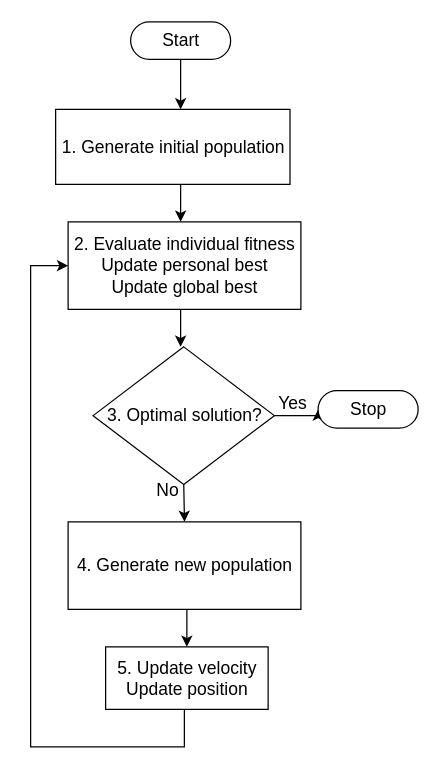
Before: bio-inspired-pso_flowchart.drawio in cascoatle/fj_project, a draw.io diagram. Source tidied: cells renumbered, new cells numbered last; positions are measured from the earlier drawing's top-left corner, leaving out a move shared by most shapes. Both pictures are drawn from the tidied source at 125%, with x=0, y=0 at pixel (30, 21).
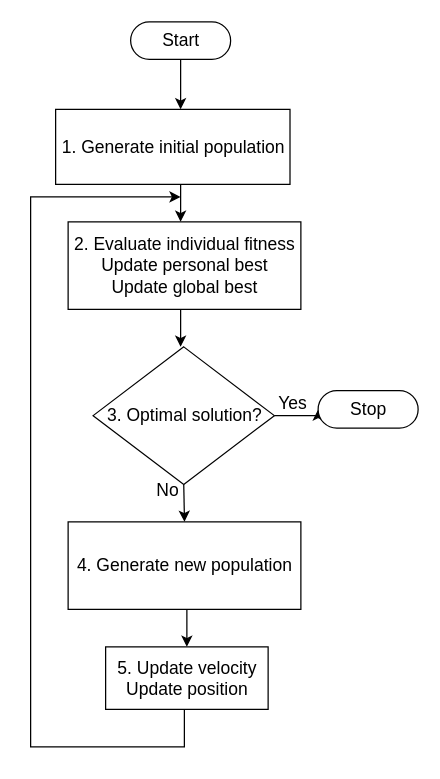
Above is the later version.

Unchanged cells that the change refers to:
```xml
<mxCell id="7" value="2. Evaluate individual fitness&lt;br&gt;Update personal best&lt;br&gt;Update global best" style="html=1;dashed=0;whitespace=wrap;fontSize=14;" parent="1" vertex="1">
  <mxGeometry x="30" y="160" width="186.2" height="70" as="geometry" />
</mxCell>
<mxCell id="17" value="5. Update velocity&lt;br&gt;Update position" style="html=1;dashed=0;whitespace=wrap;fontSize=14;" parent="1" vertex="1">
  <mxGeometry x="60" y="500" width="130" height="50" as="geometry" />
</mxCell>
```

The edit, as a diff of the source:
```diff
@@
-    <mxCell id="16" style="edgeStyle=orthogonalEdgeStyle;rounded=0;jettySize=auto;html=1;exitX=0.5;exitY=1;exitDx=0;exitDy=0;fontSize=14;entryX=0;entryY=0.5;entryDx=0;entryDy=0;" parent="1" edge="1" source="17" target="7">
+    <mxCell id="16" style="edgeStyle=orthogonalEdgeStyle;rounded=0;jettySize=auto;html=1;exitX=0.5;exitY=1;exitDx=0;exitDy=0;fontSize=14;" parent="1" edge="1" source="17">
       <mxGeometry relative="1" as="geometry">
+        <mxPoint x="120" y="140" as="targetPoint" />
         <Array as="points">
           <mxPoint x="123" y="550" />
           <mxPoint x="123" y="580" />
           <mxPoint y="580" />
-          <mxPoint y="195" />
+          <mxPoint y="140" />
         </Array>
       </mxGeometry>
     </mxCell>
```
